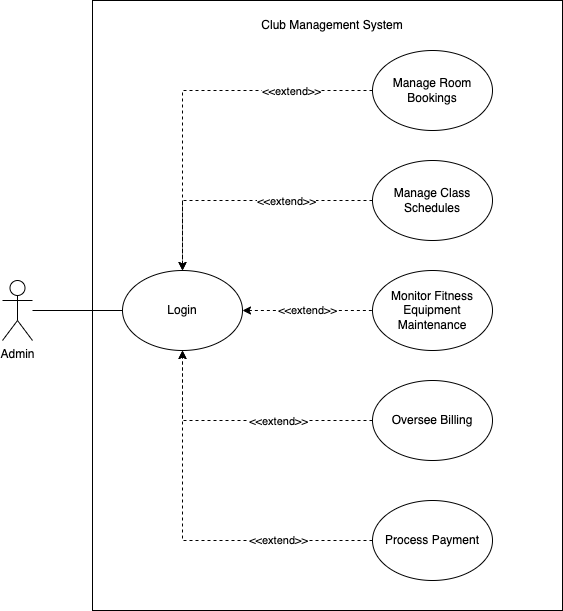
Earlier version of the draw.io export diagrams/admin-use-cases.png (ArthurAtangana/club-management-system). Source tidied: cells renumbered, new cells last; positions are measured from the earlier drawing's top-left corner, leaving out a move shared by most shapes.
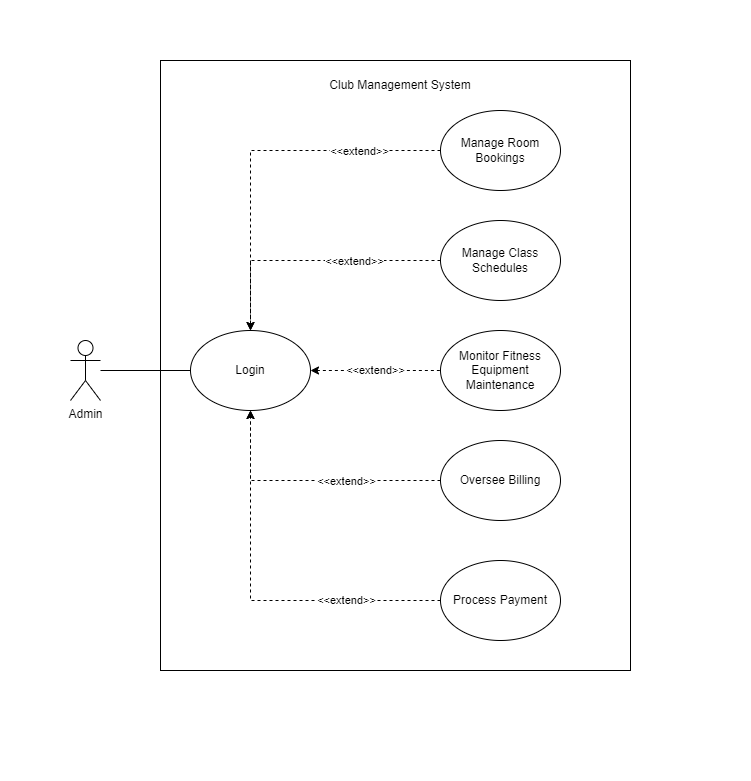
The same diagram one commit later.

What changed in the source:
```diff
@@ -2,6 +2,9 @@
   <root>
     <mxCell id="0" />
     <mxCell id="1" parent="0" />
+    <mxCell id="21" style="rounded=0;whiteSpace=wrap;html=1;strokeColor=none;" parent="1" vertex="1">
+      <mxGeometry x="-70" y="-60" width="750" height="780" as="geometry" />
+    </mxCell>
     <mxCell id="2" style="rounded=0;whiteSpace=wrap;html=1;" parent="1" vertex="1">
       <mxGeometry x="90" width="470" height="610" as="geometry" />
     </mxCell>
```
